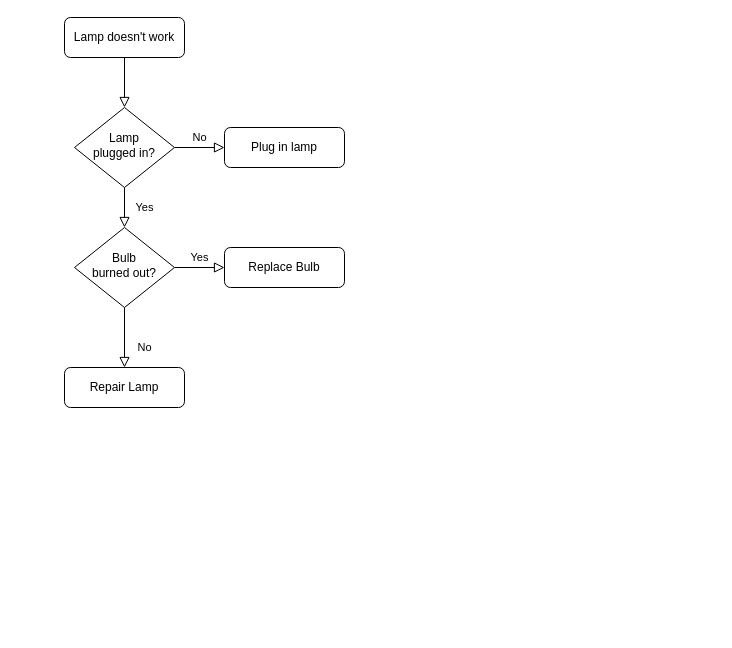
Before: DataMarts creation process.drawio in dartdisah/sandbox_pilot, a draw.io diagram. Source tidied: cells renumbered, new cells numbered last; positions are measured from the earlier drawing's top-left corner, leaving out a move shared by most shapes. Both pictures are drawn from the tidied source at 100%, with x=0, y=0 at pixel (64, 17).
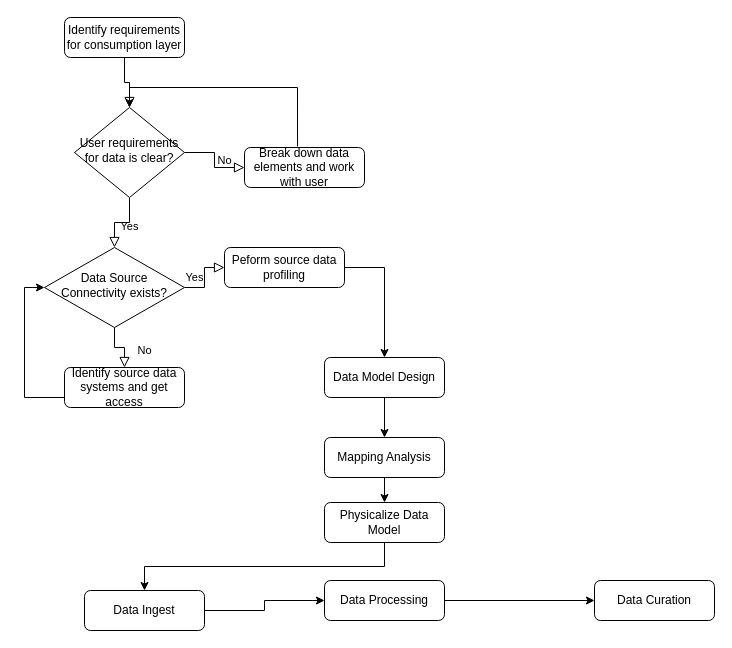
The same page after the edit.

Diff of the diagram source:
```diff
@@
-    <mxCell id="3" value="Lamp doesn't work" style="rounded=1;whiteSpace=wrap;html=1;fontSize=12;glass=0;strokeWidth=1;shadow=0;" parent="1" vertex="1">
+    <mxCell id="3" value="Identify requirements for consumption layer" style="rounded=1;whiteSpace=wrap;html=1;fontSize=12;glass=0;strokeWidth=1;shadow=0;" parent="1" vertex="1">
       <mxGeometry width="120" height="40" as="geometry" />
     </mxCell>
     <mxCell id="4" value="Yes" style="rounded=0;html=1;jettySize=auto;fontSize=11;endArrow=block;endFill=0;endSize=8;strokeWidth=1;shadow=0;labelBackgroundColor=none;edgeStyle=orthogonalEdgeStyle;" parent="1" edge="1" source="6" target="10">
-      <mxGeometry y="20" relative="1" as="geometry" />
+      <mxGeometry x="-0.27" y="-5" relative="1" as="geometry">
+        <mxPoint x="5" y="5" as="offset" />
+      </mxGeometry>
     </mxCell>
@@
-    <mxCell id="6" value="Lamp&lt;br&gt;plugged in?" style="rhombus;whiteSpace=wrap;html=1;shadow=0;fontFamily=Helvetica;fontSize=12;align=center;strokeWidth=1;spacing=6;spacingTop=-4;" parent="1" vertex="1">
-      <mxGeometry x="10" y="90" width="100" height="80" as="geometry" />
+    <mxCell id="6" value="User requirements for data is clear?" style="rhombus;whiteSpace=wrap;html=1;shadow=0;fontFamily=Helvetica;fontSize=12;align=center;strokeWidth=1;spacing=6;spacingTop=-4;" parent="1" vertex="1">
+      <mxGeometry x="10" y="90" width="110" height="90" as="geometry" />
     </mxCell>
-    <mxCell id="7" value="Plug in lamp" style="rounded=1;whiteSpace=wrap;html=1;fontSize=12;glass=0;strokeWidth=1;shadow=0;" parent="1" vertex="1">
-      <mxGeometry x="160" y="110" width="120" height="40" as="geometry" />
+    <mxCell id="7" value="Break down data elements and work with user" style="rounded=1;whiteSpace=wrap;html=1;fontSize=12;glass=0;strokeWidth=1;shadow=0;" parent="1" vertex="1">
+      <mxGeometry x="180" y="130" width="120" height="40" as="geometry" />
     </mxCell>
@@
-    <mxCell id="10" value="Bulb&lt;br&gt;burned out?" style="rhombus;whiteSpace=wrap;html=1;shadow=0;fontFamily=Helvetica;fontSize=12;align=center;strokeWidth=1;spacing=6;spacingTop=-4;" parent="1" vertex="1">
-      <mxGeometry x="10" y="210" width="100" height="80" as="geometry" />
+    <mxCell id="10" value="Data Source Connectivity exists?" style="rhombus;whiteSpace=wrap;html=1;shadow=0;fontFamily=Helvetica;fontSize=12;align=center;strokeWidth=1;spacing=6;spacingTop=-4;" parent="1" vertex="1">
+      <mxGeometry x="-20" y="230" width="140" height="80" as="geometry" />
     </mxCell>
-    <mxCell id="11" value="Repair Lamp" style="rounded=1;whiteSpace=wrap;html=1;fontSize=12;glass=0;strokeWidth=1;shadow=0;" parent="1" vertex="1">
+    <mxCell id="11" value="Identify source data systems and get access" style="rounded=1;whiteSpace=wrap;html=1;fontSize=12;glass=0;strokeWidth=1;shadow=0;" parent="1" vertex="1">
       <mxGeometry y="350" width="120" height="40" as="geometry" />
     </mxCell>
-    <mxCell id="12" value="Replace Bulb" style="rounded=1;whiteSpace=wrap;html=1;fontSize=12;glass=0;strokeWidth=1;shadow=0;" parent="1" vertex="1">
+    <mxCell id="12" value="Peform source data profiling" style="rounded=1;whiteSpace=wrap;html=1;fontSize=12;glass=0;strokeWidth=1;shadow=0;" parent="1" vertex="1">
       <mxGeometry x="160" y="230" width="120" height="40" as="geometry" />
     </mxCell>
+    <mxCell id="13" value="Data Model Design" style="rounded=1;whiteSpace=wrap;html=1;fontSize=12;glass=0;strokeWidth=1;shadow=0;" parent="1" vertex="1">
+      <mxGeometry x="260" y="340" width="120" height="40" as="geometry" />
+    </mxCell>
+    <mxCell id="14" style="edgeStyle=orthogonalEdgeStyle;rounded=0;jettySize=auto;html=1;exitX=0.442;exitY=-0.025;exitDx=0;exitDy=0;exitPerimeter=0;entryX=0.5;entryY=0;entryDx=0;entryDy=0;" parent="1" edge="1" source="7" target="6">
+      <mxGeometry relative="1" as="geometry" />
+    </mxCell>
+    <mxCell id="15" value="Mapping Analysis" style="rounded=1;whiteSpace=wrap;html=1;fontSize=12;glass=0;strokeWidth=1;shadow=0;" parent="1" vertex="1">
+      <mxGeometry x="260" y="420" width="120" height="40" as="geometry" />
+    </mxCell>
+    <mxCell id="16" style="edgeStyle=orthogonalEdgeStyle;rounded=0;jettySize=auto;html=1;exitX=0.5;exitY=1;exitDx=0;exitDy=0;entryX=0.5;entryY=0;entryDx=0;entryDy=0;" parent="1" edge="1" source="17" target="23">
+      <mxGeometry relative="1" as="geometry" />
+    </mxCell>
+    <mxCell id="17" value="Physicalize Data Model" style="rounded=1;whiteSpace=wrap;html=1;fontSize=12;glass=0;strokeWidth=1;shadow=0;" parent="1" vertex="1">
+      <mxGeometry x="260" y="485" width="120" height="40" as="geometry" />
+    </mxCell>
+    <mxCell id="18" style="edgeStyle=orthogonalEdgeStyle;rounded=0;jettySize=auto;html=1;exitX=1;exitY=0.5;exitDx=0;exitDy=0;entryX=0.5;entryY=0;entryDx=0;entryDy=0;" parent="1" edge="1" source="12" target="13">
+      <mxGeometry relative="1" as="geometry" />
+    </mxCell>
+    <mxCell id="19" style="edgeStyle=orthogonalEdgeStyle;rounded=0;jettySize=auto;html=1;exitX=0;exitY=0.75;exitDx=0;exitDy=0;entryX=0;entryY=0.5;entryDx=0;entryDy=0;" parent="1" edge="1" source="11" target="10">
+      <mxGeometry relative="1" as="geometry" />
+    </mxCell>
+    <mxCell id="20" style="edgeStyle=orthogonalEdgeStyle;rounded=0;jettySize=auto;html=1;exitX=0.5;exitY=1;exitDx=0;exitDy=0;entryX=0.5;entryY=0;entryDx=0;entryDy=0;" parent="1" edge="1" source="13" target="15">
+      <mxGeometry relative="1" as="geometry" />
+    </mxCell>
+    <mxCell id="21" style="edgeStyle=orthogonalEdgeStyle;rounded=0;jettySize=auto;html=1;exitX=0.5;exitY=1;exitDx=0;exitDy=0;entryX=0.5;entryY=0;entryDx=0;entryDy=0;" parent="1" edge="1" source="15" target="17">
+      <mxGeometry relative="1" as="geometry" />
+    </mxCell>
+    <mxCell id="22" style="edgeStyle=orthogonalEdgeStyle;rounded=0;jettySize=auto;html=1;exitX=1;exitY=0.5;exitDx=0;exitDy=0;entryX=0;entryY=0.5;entryDx=0;entryDy=0;" parent="1" edge="1" source="23" target="25">
+      <mxGeometry relative="1" as="geometry" />
+    </mxCell>
+    <mxCell id="23" value="Data Ingest" style="rounded=1;whiteSpace=wrap;html=1;fontSize=12;glass=0;strokeWidth=1;shadow=0;fontStyle=0;" parent="1" vertex="1">
+      <mxGeometry x="20" y="573" width="120" height="40" as="geometry" />
+    </mxCell>
+    <mxCell id="24" style="edgeStyle=orthogonalEdgeStyle;rounded=0;jettySize=auto;html=1;exitX=1;exitY=0.5;exitDx=0;exitDy=0;entryX=0;entryY=0.5;entryDx=0;entryDy=0;" parent="1" edge="1" source="25" target="26">
+      <mxGeometry relative="1" as="geometry" />
+    </mxCell>
+    <mxCell id="25" value="Data Processing" style="rounded=1;whiteSpace=wrap;html=1;fontSize=12;glass=0;strokeWidth=1;shadow=0;" parent="1" vertex="1">
+      <mxGeometry x="260" y="563" width="120" height="40" as="geometry" />
+    </mxCell>
+    <mxCell id="26" value="Data Curation" style="rounded=1;whiteSpace=wrap;html=1;fontSize=12;glass=0;strokeWidth=1;shadow=0;" parent="1" vertex="1">
+      <mxGeometry x="530" y="563" width="120" height="40" as="geometry" />
+    </mxCell>
```
